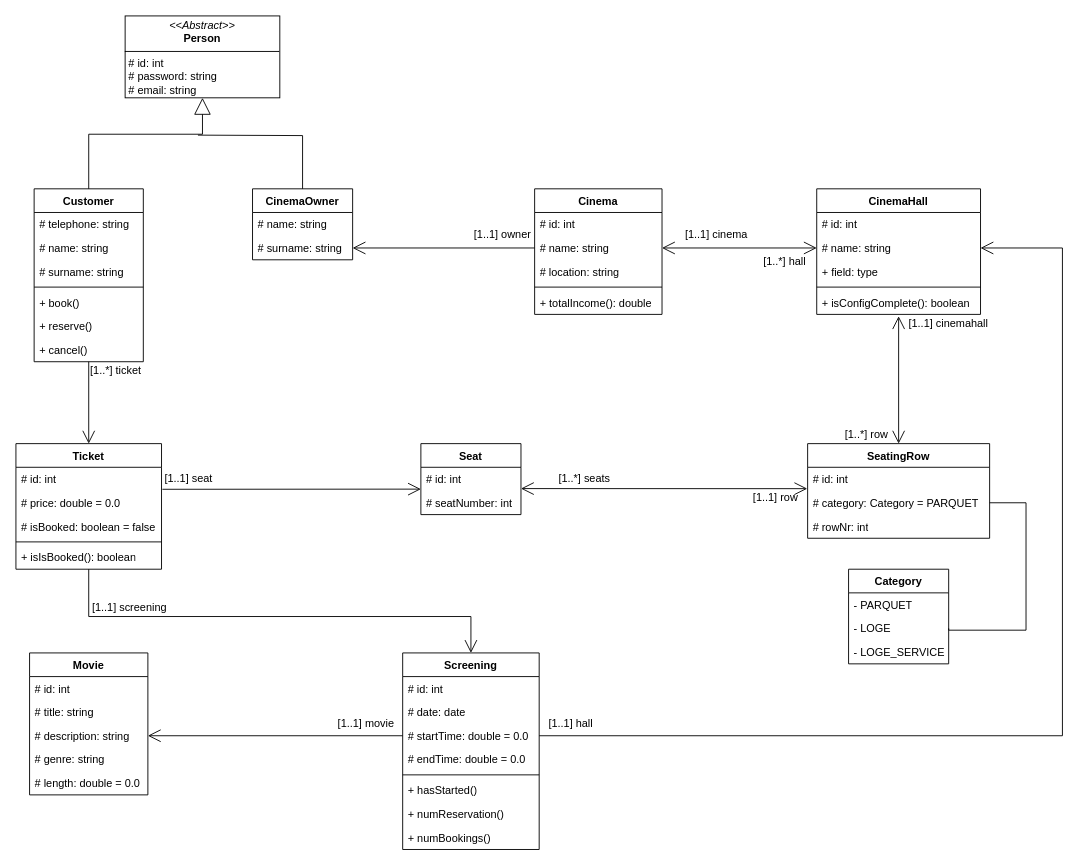
Above: page "UML-Fachklassendiagramm" (1 of 3) of doc/Diagramme.drawio in dlbuchholz/cinema-management-software (draw.io), before the change. Source tidied: cells renumbered, new cells numbered last; positions are measured from the earlier drawing's top-left corner, leaving out a move shared by most shapes. Both pictures are drawn from the tidied source at 91%, with x=0, y=0 at pixel (15, 15).
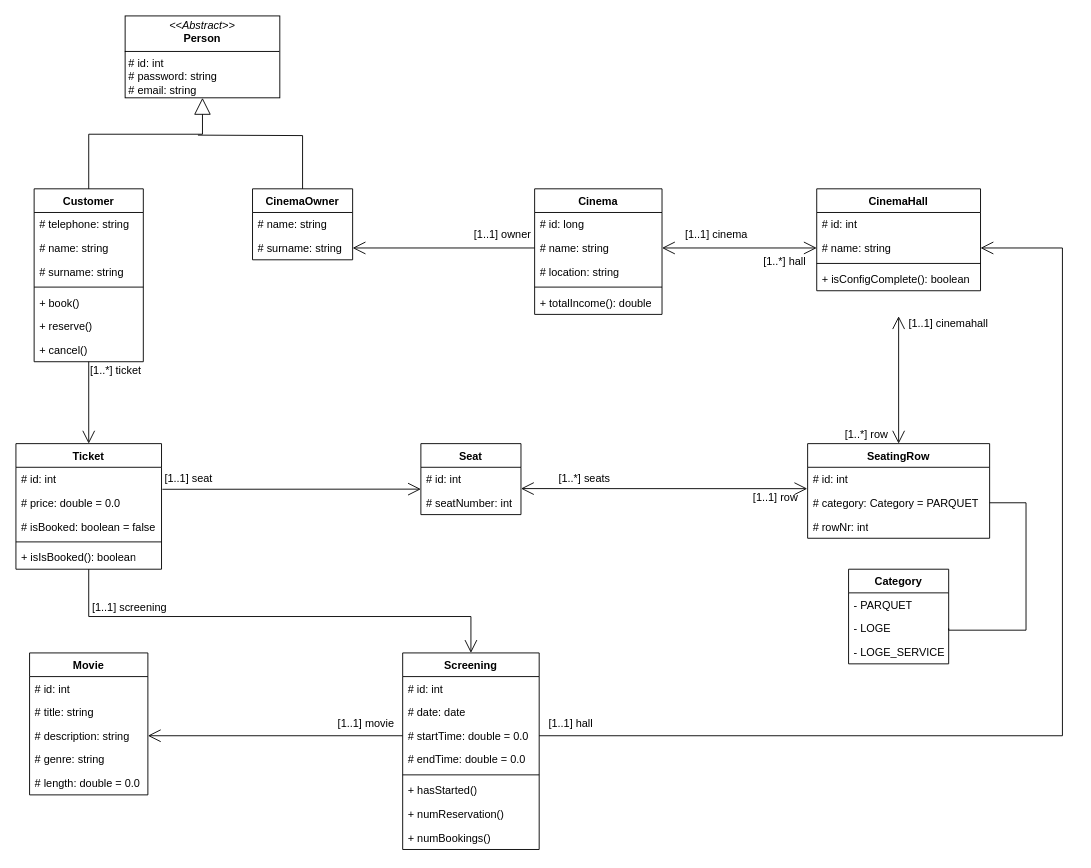
The same page after the edit.

The change refers to these unchanged cells:
```xml
<mxCell id="24" value="Cinema" style="swimlane;fontStyle=1;align=center;verticalAlign=top;horizontal=1;startSize=26;whiteSpace=wrap;html=1;" parent="1" vertex="1">
  <mxGeometry x="570" y="190" width="140" height="138" as="geometry" />
</mxCell>
```

Diff of the diagram source:
```diff
@@
-    <mxCell id="25" value="# id: int" style="text;strokeColor=none;fillColor=none;align=left;verticalAlign=top;spacingLeft=4;spacingRight=4;overflow=hidden;whiteSpace=wrap;html=1;" parent="24" vertex="1">
+    <mxCell id="25" value="# id: long" style="text;strokeColor=none;fillColor=none;align=left;verticalAlign=top;spacingLeft=4;spacingRight=4;overflow=hidden;whiteSpace=wrap;html=1;" parent="24" vertex="1">
       <mxGeometry y="26" width="140" height="26" as="geometry" />
     </mxCell>
@@
     <mxCell id="32" value="CinemaHall" style="swimlane;fontStyle=1;align=center;verticalAlign=top;horizontal=1;startSize=26;whiteSpace=wrap;html=1;" parent="1" vertex="1">
-      <mxGeometry x="880" y="190" width="180" height="138" as="geometry" />
+      <mxGeometry x="880" y="190" width="180" height="112" as="geometry" />
     </mxCell>
@@
-    <mxCell id="35" value="+ field: type" style="text;strokeColor=none;fillColor=none;align=left;verticalAlign=top;spacingLeft=4;spacingRight=4;overflow=hidden;whiteSpace=wrap;html=1;" parent="32" vertex="1">
-      <mxGeometry y="78" width="180" height="26" as="geometry" />
-    </mxCell>
     <mxCell id="36" style="line;strokeWidth=1;fillColor=none;align=left;verticalAlign=middle;spacingTop=-1;spacingLeft=3;spacingRight=3;labelPosition=right;strokeColor=inherit;" parent="32" vertex="1">
-      <mxGeometry y="104" width="180" height="8" as="geometry" />
+      <mxGeometry y="78" width="180" height="8" as="geometry" />
     </mxCell>
     <mxCell id="37" value="+ isConfigComplete(): boolean" style="text;strokeColor=none;fillColor=none;align=left;verticalAlign=top;spacingLeft=4;spacingRight=4;overflow=hidden;whiteSpace=wrap;html=1;" parent="32" vertex="1">
-      <mxGeometry y="112" width="180" height="26" as="geometry" />
+      <mxGeometry y="86" width="180" height="26" as="geometry" />
     </mxCell>
```
